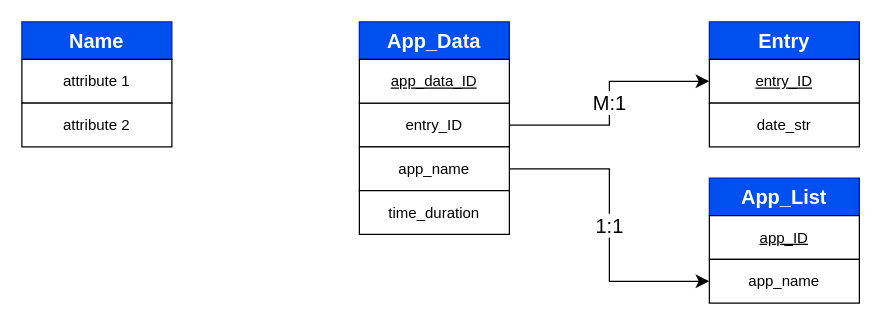
The draw.io diagram entity_relation_diagram.drawio in al-gabe31/Phone-Screen-Time-Tracker, before the edit. Source tidied: cells renumbered, new cells numbered last; positions are measured from the earlier drawing's top-left corner, leaving out a move shared by most shapes. Both pictures are drawn from the tidied source at 125%, with x=0, y=0 at pixel (21, 21).
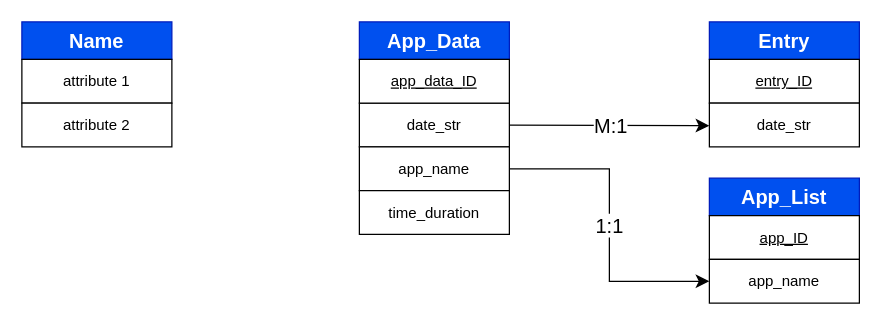
The same page after the edit.

Change to the diagram source:
```diff
@@
 <mxGraphModel>
   <root>
     <mxCell id="0" />
     <mxCell id="1" parent="0" />
     <mxCell id="2" value="&lt;b&gt;&lt;font style=&quot;font-size: 16px;&quot;&gt;Name&lt;/font&gt;&lt;/b&gt;" style="rounded=0;whiteSpace=wrap;html=1;fillColor=#0050ef;fontColor=#ffffff;strokeColor=#001DBC;gradientColor=none;" parent="1" vertex="1">
       <mxGeometry width="120" height="30" as="geometry" />
     </mxCell>
     <mxCell id="3" value="&lt;div&gt;attribute 1&lt;/div&gt;" style="rounded=0;whiteSpace=wrap;html=1;align=center;" parent="1" vertex="1">
       <mxGeometry y="30" width="120" height="35" as="geometry" />
     </mxCell>
     <mxCell id="4" value="&lt;div&gt;attribute 2&lt;/div&gt;" style="rounded=0;whiteSpace=wrap;html=1;align=center;" parent="1" vertex="1">
       <mxGeometry y="65" width="120" height="35" as="geometry" />
     </mxCell>
     <mxCell id="5" value="&lt;b&gt;&lt;font style=&quot;font-size: 16px;&quot;&gt;Entry&lt;/font&gt;&lt;/b&gt;" style="rounded=0;whiteSpace=wrap;html=1;fillColor=#0050ef;fontColor=#ffffff;strokeColor=#001DBC;gradientColor=none;" parent="1" vertex="1">
       <mxGeometry x="550" width="120" height="30" as="geometry" />
     </mxCell>
     <mxCell id="6" value="&lt;div&gt;&lt;u&gt;entry_ID&lt;/u&gt;&lt;/div&gt;" style="rounded=0;whiteSpace=wrap;html=1;align=center;" parent="1" vertex="1">
       <mxGeometry x="550" y="30" width="120" height="35" as="geometry" />
     </mxCell>
     <mxCell id="7" value="&lt;div&gt;date_str&lt;/div&gt;" style="rounded=0;whiteSpace=wrap;html=1;align=center;" parent="1" vertex="1">
       <mxGeometry x="550" y="65" width="120" height="35" as="geometry" />
     </mxCell>
     <mxCell id="8" value="&lt;b&gt;&lt;font style=&quot;font-size: 16px;&quot;&gt;App_Data&lt;/font&gt;&lt;/b&gt;" style="rounded=0;whiteSpace=wrap;html=1;fillColor=#0050ef;fontColor=#ffffff;strokeColor=#001DBC;gradientColor=none;" parent="1" vertex="1">
       <mxGeometry x="270" width="120" height="30" as="geometry" />
     </mxCell>
-    <mxCell id="9" value="entry_ID" style="rounded=0;whiteSpace=wrap;html=1;align=center;" parent="1" vertex="1">
+    <mxCell id="9" value="date_str" style="rounded=0;whiteSpace=wrap;html=1;align=center;" parent="1" vertex="1">
       <mxGeometry x="270" y="65" width="120" height="35" as="geometry" />
     </mxCell>
     <mxCell id="10" value="&lt;div&gt;app_name&lt;/div&gt;" style="rounded=0;whiteSpace=wrap;html=1;align=center;" parent="1" vertex="1">
       <mxGeometry x="270" y="100" width="120" height="35" as="geometry" />
     </mxCell>
     <mxCell id="11" value="&lt;div&gt;time_duration&lt;/div&gt;" style="rounded=0;whiteSpace=wrap;html=1;align=center;" parent="1" vertex="1">
       <mxGeometry x="270" y="135" width="120" height="35" as="geometry" />
     </mxCell>
     <mxCell id="12" value="&lt;div&gt;&lt;u&gt;app_data_ID&lt;/u&gt;&lt;/div&gt;" style="rounded=0;whiteSpace=wrap;html=1;align=center;" parent="1" vertex="1">
       <mxGeometry x="270" y="30" width="120" height="35" as="geometry" />
     </mxCell>
-    <mxCell id="13" value="M:1" style="edgeStyle=elbowEdgeStyle;elbow=vertical;endArrow=classic;html=1;curved=0;rounded=0;endSize=8;startSize=8;fontSize=16;exitX=1;exitY=0.5;exitDx=0;exitDy=0;entryX=0;entryY=0.5;entryDx=0;entryDy=0;" parent="1" edge="1" source="9" target="6">
+    <mxCell id="13" value="M:1" style="edgeStyle=elbowEdgeStyle;elbow=vertical;endArrow=classic;html=1;curved=0;rounded=0;endSize=8;startSize=8;fontSize=16;exitX=1;exitY=0.5;exitDx=0;exitDy=0;entryX=0;entryY=0.5;entryDx=0;entryDy=0;" parent="1" edge="1" source="9" target="7">
       <mxGeometry relative="1" as="geometry" />
     </mxCell>
     <mxCell id="14" value="&lt;span style=&quot;font-size: 16px;&quot;&gt;&lt;b&gt;App_List&lt;/b&gt;&lt;/span&gt;" style="rounded=0;whiteSpace=wrap;html=1;fillColor=#0050ef;fontColor=#ffffff;strokeColor=#001DBC;gradientColor=none;" parent="1" vertex="1">
       <mxGeometry x="550" y="125" width="120" height="30" as="geometry" />
     </mxCell>
     <mxCell id="15" value="&lt;div&gt;&lt;u&gt;app_ID&lt;/u&gt;&lt;/div&gt;" style="rounded=0;whiteSpace=wrap;html=1;align=center;" parent="1" vertex="1">
       <mxGeometry x="550" y="155" width="120" height="35" as="geometry" />
     </mxCell>
     <mxCell id="16" value="&lt;div&gt;app_name&lt;/div&gt;" style="rounded=0;whiteSpace=wrap;html=1;align=center;" parent="1" vertex="1">
       <mxGeometry x="550" y="190" width="120" height="35" as="geometry" />
     </mxCell>
     <mxCell id="17" value="1:1" style="edgeStyle=elbowEdgeStyle;elbow=horizontal;endArrow=classic;html=1;curved=0;rounded=0;endSize=8;startSize=8;fontSize=16;entryX=0;entryY=0.5;entryDx=0;entryDy=0;exitX=1;exitY=0.5;exitDx=0;exitDy=0;" parent="1" edge="1" source="10" target="16">
       <mxGeometry relative="1" as="geometry" />
     </mxCell>
   </root>
 </mxGraphModel>
```
